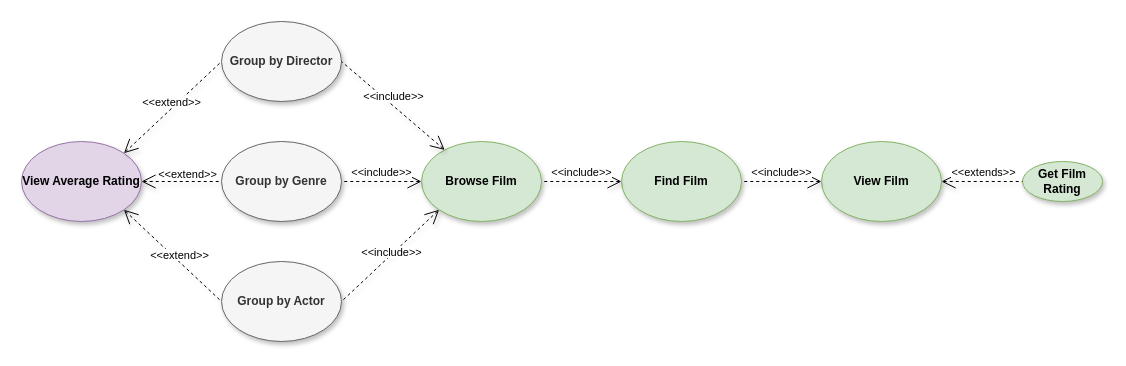
Above: Task2/Documentation/Diagrams/Use Case - Rating.drawio in unipi-fr/LargeScaleMultiStructureDatabases (draw.io), before the change. Source tidied: cells renumbered, new cells numbered last; positions are measured from the earlier drawing's top-left corner, leaving out a move shared by most shapes. Both pictures are drawn from the tidied source at 100%, with x=0, y=0 at pixel (21, 21).
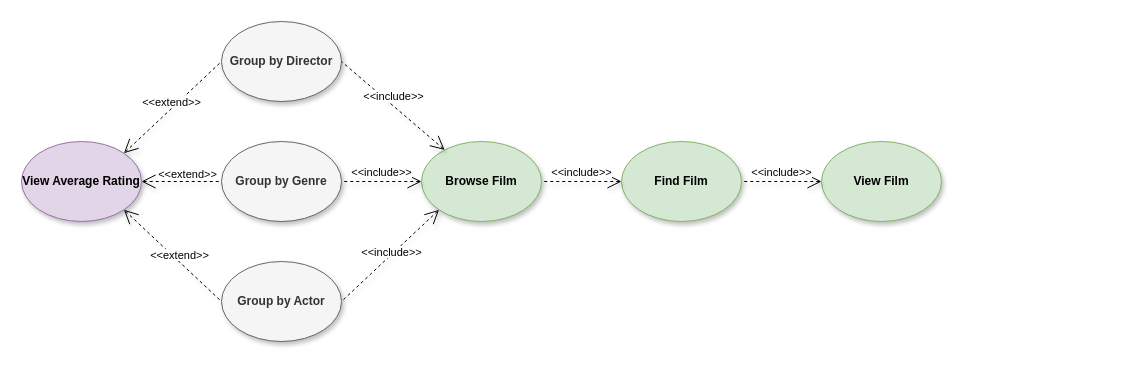
The same diagram, later.

What changed in the source:
```diff
@@
 <mxGraphModel>
   <root>
     <mxCell id="0" />
     <mxCell id="1" parent="0" />
     <mxCell id="2" value="View Average Rating" style="ellipse;whiteSpace=wrap;html=1;fontStyle=1;fillColor=#e1d5e7;strokeColor=#9673a6;shadow=1;" parent="1" vertex="1">
       <mxGeometry y="120" width="120" height="80" as="geometry" />
     </mxCell>
     <mxCell id="3" value="Group by Director" style="ellipse;whiteSpace=wrap;html=1;fontStyle=1;fillColor=#f5f5f5;strokeColor=#666666;shadow=1;fontColor=#333333;" parent="1" vertex="1">
       <mxGeometry x="200" width="120" height="80" as="geometry" />
     </mxCell>
     <mxCell id="4" value="Group by Genre" style="ellipse;whiteSpace=wrap;html=1;fontStyle=1;fillColor=#f5f5f5;strokeColor=#666666;shadow=1;fontColor=#333333;" parent="1" vertex="1">
       <mxGeometry x="200" y="120" width="120" height="80" as="geometry" />
     </mxCell>
     <mxCell id="5" value="Group by Actor" style="ellipse;whiteSpace=wrap;html=1;fontStyle=1;fillColor=#f5f5f5;strokeColor=#666666;shadow=1;fontColor=#333333;" parent="1" vertex="1">
       <mxGeometry x="200" y="240" width="120" height="80" as="geometry" />
     </mxCell>
     <mxCell id="6" value="Browse Film" style="ellipse;whiteSpace=wrap;html=1;fontStyle=1;fillColor=#d5e8d4;strokeColor=#82b366;shadow=1;" parent="1" vertex="1">
       <mxGeometry x="400" y="120" width="120" height="80" as="geometry" />
     </mxCell>
     <mxCell id="7" value="Find Film" style="ellipse;whiteSpace=wrap;html=1;fontStyle=1;fillColor=#d5e8d4;strokeColor=#82b366;shadow=1;" parent="1" vertex="1">
       <mxGeometry x="600" y="120" width="120" height="80" as="geometry" />
     </mxCell>
     <mxCell id="8" value="&lt;span style=&quot;background-color: rgb(255 , 255 , 255)&quot;&gt;&amp;lt;&amp;lt;extend&amp;gt;&amp;gt;&lt;/span&gt;" style="edgeStyle=none;html=1;startArrow=open;endArrow=none;startSize=12;verticalAlign=bottom;dashed=1;labelBackgroundColor=none;entryX=0;entryY=0.5;entryDx=0;entryDy=0;shadow=1;exitX=1;exitY=0;exitDx=0;exitDy=0;" parent="1" edge="1" source="2" target="3">
       <mxGeometry x="-0.06" y="-2" relative="1" as="geometry" />
     </mxCell>
     <mxCell id="9" value="&lt;span style=&quot;background-color: rgb(255 , 255 , 255)&quot;&gt;&amp;lt;&amp;lt;extend&amp;gt;&amp;gt;&lt;/span&gt;" style="edgeStyle=none;html=1;startArrow=open;endArrow=none;startSize=12;verticalAlign=bottom;dashed=1;labelBackgroundColor=none;entryX=0;entryY=0.5;entryDx=0;entryDy=0;shadow=1;exitX=1;exitY=0.5;exitDx=0;exitDy=0;" parent="1" edge="1" source="2" target="4">
       <mxGeometry x="0.16" y="-2" relative="1" as="geometry" />
     </mxCell>
     <mxCell id="10" value="&lt;span style=&quot;background-color: rgb(255 , 255 , 255)&quot;&gt;&amp;lt;&amp;lt;extend&amp;gt;&amp;gt;&lt;/span&gt;" style="edgeStyle=none;html=1;startArrow=open;endArrow=none;startSize=12;verticalAlign=bottom;dashed=1;labelBackgroundColor=none;entryX=0;entryY=0.5;entryDx=0;entryDy=0;shadow=1;exitX=1;exitY=1;exitDx=0;exitDy=0;" parent="1" edge="1" source="2" target="5">
       <mxGeometry x="0.16" y="-2" relative="1" as="geometry" />
     </mxCell>
     <mxCell id="11" value="&lt;span style=&quot;background-color: rgb(255 , 255 , 255)&quot;&gt;&amp;lt;&amp;lt;include&amp;gt;&amp;gt;&lt;/span&gt;" style="edgeStyle=none;html=1;startArrow=open;endArrow=none;startSize=12;verticalAlign=bottom;dashed=1;labelBackgroundColor=none;entryX=1;entryY=0.5;entryDx=0;entryDy=0;shadow=1;exitX=0;exitY=1;exitDx=0;exitDy=0;" parent="1" edge="1" source="6" target="5">
       <mxGeometry x="0.05" y="5" relative="1" as="geometry" />
     </mxCell>
     <mxCell id="12" value="&lt;span style=&quot;background-color: rgb(255 , 255 , 255)&quot;&gt;&amp;lt;&amp;lt;include&amp;gt;&amp;gt;&lt;/span&gt;" style="edgeStyle=none;html=1;startArrow=open;endArrow=none;startSize=12;verticalAlign=bottom;dashed=1;labelBackgroundColor=none;entryX=1;entryY=0.5;entryDx=0;entryDy=0;shadow=1;exitX=0;exitY=0.5;exitDx=0;exitDy=0;" parent="1" edge="1" source="6" target="4">
       <mxGeometry relative="1" as="geometry" />
     </mxCell>
     <mxCell id="13" value="&lt;span style=&quot;background-color: rgb(255 , 255 , 255)&quot;&gt;&amp;lt;&amp;lt;include&amp;gt;&amp;gt;&lt;/span&gt;" style="edgeStyle=none;html=1;startArrow=open;endArrow=none;startSize=12;verticalAlign=bottom;dashed=1;labelBackgroundColor=none;entryX=1;entryY=0.5;entryDx=0;entryDy=0;shadow=1;" parent="1" edge="1" source="6" target="3">
       <mxGeometry relative="1" as="geometry" />
     </mxCell>
     <mxCell id="14" value="&lt;span style=&quot;background-color: rgb(255 , 255 , 255)&quot;&gt;&amp;lt;&amp;lt;include&amp;gt;&amp;gt;&lt;/span&gt;" style="edgeStyle=none;html=1;startArrow=open;endArrow=none;startSize=12;verticalAlign=bottom;dashed=1;labelBackgroundColor=none;entryX=1;entryY=0.5;entryDx=0;entryDy=0;shadow=1;exitX=0;exitY=0.5;exitDx=0;exitDy=0;" parent="1" edge="1" source="7" target="6">
       <mxGeometry relative="1" as="geometry" />
     </mxCell>
     <mxCell id="15" value="View Film" style="ellipse;whiteSpace=wrap;html=1;fontStyle=1;fillColor=#d5e8d4;strokeColor=#82b366;shadow=1;" parent="1" vertex="1">
       <mxGeometry x="800" y="120" width="120" height="80" as="geometry" />
     </mxCell>
     <mxCell id="16" value="&lt;span style=&quot;background-color: rgb(255 , 255 , 255)&quot;&gt;&amp;lt;&amp;lt;include&amp;gt;&amp;gt;&lt;/span&gt;" style="edgeStyle=none;html=1;startArrow=open;endArrow=none;startSize=12;verticalAlign=bottom;dashed=1;labelBackgroundColor=none;shadow=1;exitX=0;exitY=0.5;exitDx=0;exitDy=0;entryX=1;entryY=0.5;entryDx=0;entryDy=0;" parent="1" edge="1" source="15" target="7">
       <mxGeometry relative="1" as="geometry" />
     </mxCell>
-    <mxCell id="17" value="Get Film Rating" style="ellipse;whiteSpace=wrap;html=1;fontStyle=1;fillColor=#d5e8d4;strokeColor=#82b366;shadow=1;" parent="1" vertex="1">
-      <mxGeometry x="1001" y="140" width="80" height="40" as="geometry" />
-    </mxCell>
-    <mxCell id="18" value="&lt;span style=&quot;background-color: rgb(255 , 255 , 255)&quot;&gt;&amp;lt;&amp;lt;extends&amp;gt;&amp;gt;&lt;/span&gt;" style="edgeStyle=none;html=1;startArrow=open;endArrow=none;startSize=12;verticalAlign=bottom;dashed=1;labelBackgroundColor=none;shadow=1;exitX=1;exitY=0.5;exitDx=0;exitDy=0;entryX=0;entryY=0.5;entryDx=0;entryDy=0;" parent="1" edge="1" source="15" target="17">
-      <mxGeometry x="0.03" relative="1" as="geometry" />
-    </mxCell>
   </root>
 </mxGraphModel>
```
